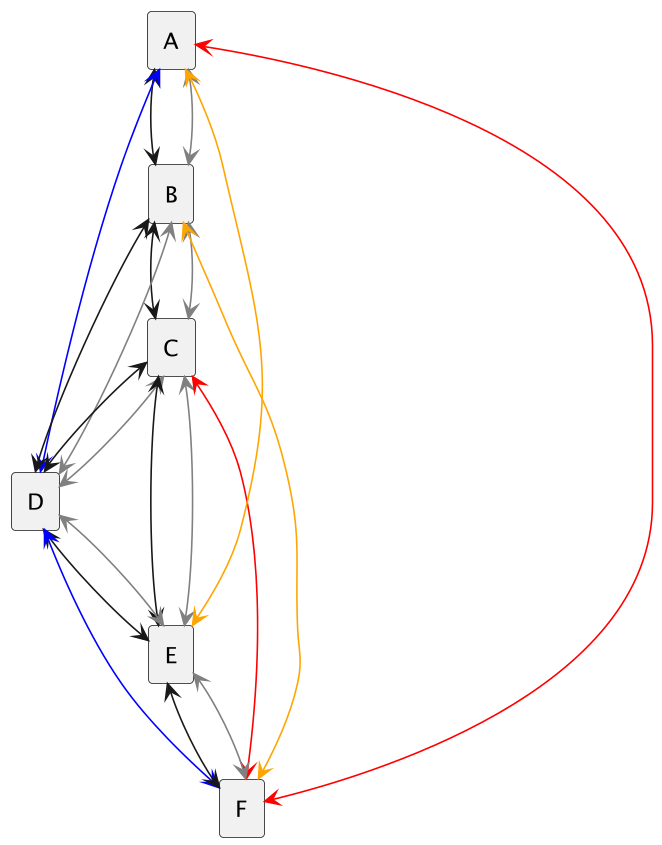
Above: agencesVoyages/trajetsV2.png in EmmanuelADAM/jade (PlantUML), before the change. Source of this version:
```plantuml
@startuml RequestInitiator
hide empty description
rectangle A
rectangle B
rectangle C
rectangle D
rectangle E
rectangle F
A <--> B
A <--[#grey]> B
A <--[#blue]> D
B <--> C
B <--[#grey]> C
B <--> D
B <--[#grey]> D
C <--> D
C <--[#grey]> D
C <--> E
C <--[#grey]> E
D <--> E
D <--[#grey]> E
D <--[#blue]> F
A <--[#red]> F
C <--[#red]> F
E <--> F
E <--[#grey]> F
B <--[#orange]> F
A <--[#orange]> E


@enduml
```
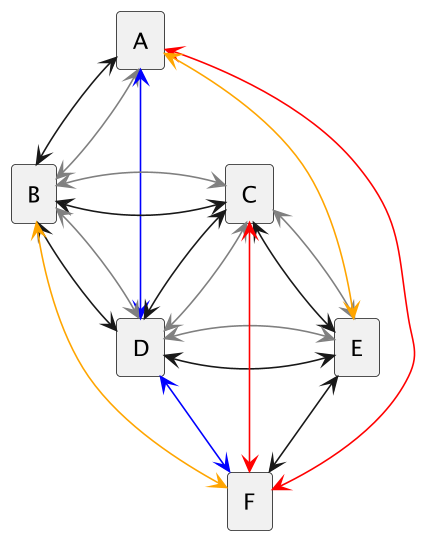
Above is the later version.

What changed in the source:
```diff
@@ -1,4 +1,4 @@
-@startuml RequestInitiator
+@startuml trajetsV2
 hide empty description
 rectangle A
 rectangle B
@@ -8,22 +8,21 @@
 rectangle F
 A <--> B
 A <--[#grey]> B
-A <--[#blue]> D
-B <--> C
-B <--[#grey]> C
-B <--> D
-B <--[#grey]> D
+A <-[#blue]> D
+B <-> C
+B <-[#grey]> C
+B <-> D
+B <-[#grey]> D
 C <--> D
 C <--[#grey]> D
-C <--> E
-C <--[#grey]> E
-D <--> E
-D <--[#grey]> E
-D <--[#blue]> F
-A <--[#red]> F
-C <--[#red]> F
+C <-> E
+C <-[#grey]> E
+D <-> E
+D <-[#grey]> E
+D <-[#blue]> F
+A <-[#red]> F
+C <-[#red]> F
 E <--> F
-E <--[#grey]> F
 B <--[#orange]> F
 A <--[#orange]> E
 
```
